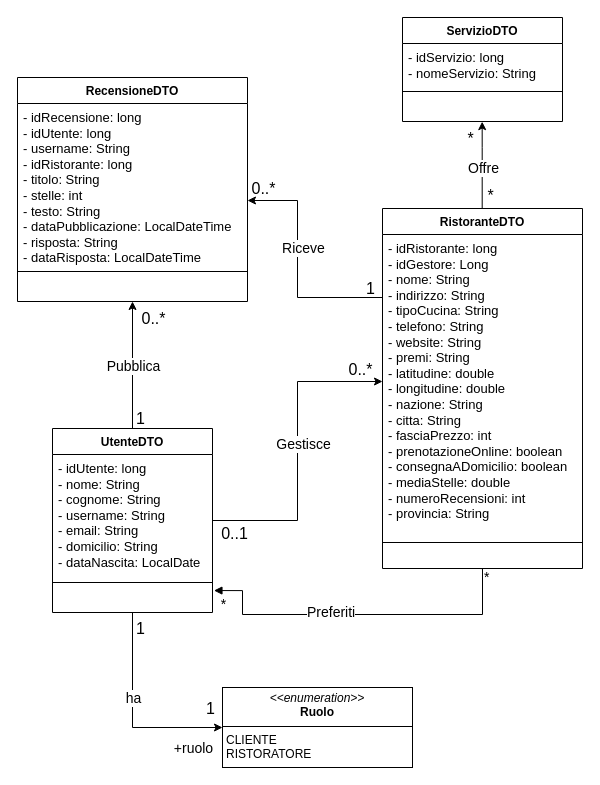
This is Progettazione/1_Doc. Conclusi/Diagrammi/ClassDiagram.drawio from FloshDev/TheKnife-B, a draw.io file, before an edit. Source tidied: cells renumbered, new cells numbered last; positions are measured from the earlier drawing's top-left corner, leaving out a move shared by most shapes. Both pictures are drawn from the tidied source at 100%, with x=0, y=0 at pixel (17, 17).
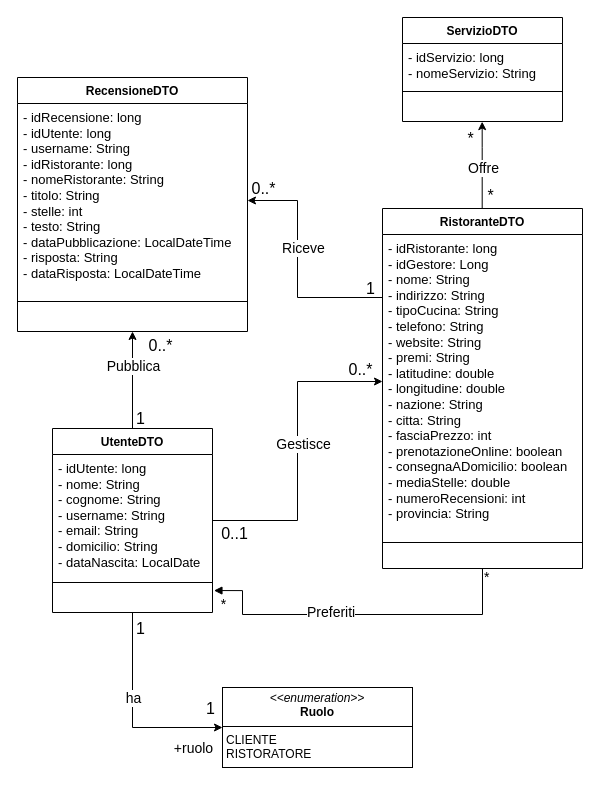
After the change.

Diff of the diagram source:
```diff
@@
     <mxCell id="17" value="RecensioneDTO" style="swimlane;fontStyle=1;align=center;verticalAlign=top;horizontal=1;startSize=26;whiteSpace=wrap;html=1;" parent="1" vertex="1">
-      <mxGeometry y="60" width="230" height="224" as="geometry" />
+      <mxGeometry y="60" width="230" height="254" as="geometry" />
     </mxCell>
-    <mxCell id="18" value="&lt;div&gt;&lt;span style=&quot;font-size: 13px;&quot;&gt;- idRecensione: long&lt;/span&gt;&lt;/div&gt;&lt;div&gt;&lt;span style=&quot;font-size: 13px;&quot;&gt;- idUtente: long&lt;/span&gt;&lt;/div&gt;&lt;div&gt;&lt;span style=&quot;font-size: 13px;&quot;&gt;- username: String&lt;/span&gt;&lt;/div&gt;&lt;div&gt;&lt;span style=&quot;font-size: 13px;&quot;&gt;- idRistorante: long&lt;/span&gt;&lt;/div&gt;&lt;div&gt;&lt;span style=&quot;font-size: 13px;&quot;&gt;- titolo: String&lt;/span&gt;&lt;/div&gt;&lt;div&gt;&lt;span style=&quot;font-size: 13px;&quot;&gt;- stelle: int&lt;/span&gt;&lt;/div&gt;&lt;div&gt;&lt;span style=&quot;font-size: 13px;&quot;&gt;- testo: String&lt;/span&gt;&lt;/div&gt;&lt;div&gt;&lt;span style=&quot;font-size: 13px;&quot;&gt;- dataPubblicazione:&amp;nbsp;&lt;/span&gt;&lt;span style=&quot;background-color: transparent; font-size: 13px;&quot;&gt;LocalDateTime&lt;/span&gt;&lt;/div&gt;&lt;div&gt;&lt;span style=&quot;font-size: 13px;&quot;&gt;- risposta: String&lt;/span&gt;&lt;/div&gt;&lt;div&gt;&lt;span style=&quot;font-size: 13px;&quot;&gt;- dataRisposta:&amp;nbsp;&lt;/span&gt;&lt;span style=&quot;background-color: transparent; font-size: 13px;&quot;&gt;LocalDateTime&lt;/span&gt;&lt;/div&gt;" style="text;strokeColor=none;fillColor=none;align=left;verticalAlign=top;spacingLeft=4;spacingRight=4;overflow=hidden;whiteSpace=wrap;html=1;" parent="17" vertex="1">
-      <mxGeometry y="26" width="230" height="164" as="geometry" />
+    <mxCell id="18" value="&lt;div&gt;&lt;span style=&quot;font-size: 13px;&quot;&gt;- idRecensione: long&lt;/span&gt;&lt;/div&gt;&lt;div&gt;&lt;span style=&quot;font-size: 13px;&quot;&gt;- idUtente: long&lt;/span&gt;&lt;/div&gt;&lt;div&gt;&lt;span style=&quot;font-size: 13px;&quot;&gt;- username: String&lt;/span&gt;&lt;/div&gt;&lt;div&gt;&lt;span style=&quot;font-size: 13px;&quot;&gt;- idRistorante: long&lt;/span&gt;&lt;/div&gt;&lt;div&gt;&lt;span style=&quot;font-size: 13px;&quot;&gt;- nomeRistorante: String&lt;/span&gt;&lt;/div&gt;&lt;div&gt;&lt;span style=&quot;font-size: 13px;&quot;&gt;- titolo: String&lt;/span&gt;&lt;/div&gt;&lt;div&gt;&lt;span style=&quot;font-size: 13px;&quot;&gt;- stelle: int&lt;/span&gt;&lt;/div&gt;&lt;div&gt;&lt;span style=&quot;font-size: 13px;&quot;&gt;- testo: String&lt;/span&gt;&lt;/div&gt;&lt;div&gt;&lt;span style=&quot;font-size: 13px;&quot;&gt;- dataPubblicazione:&amp;nbsp;&lt;/span&gt;&lt;span style=&quot;background-color: transparent; font-size: 13px;&quot;&gt;LocalDateTime&lt;/span&gt;&lt;/div&gt;&lt;div&gt;&lt;span style=&quot;font-size: 13px;&quot;&gt;- risposta: String&lt;/span&gt;&lt;/div&gt;&lt;div&gt;&lt;span style=&quot;font-size: 13px;&quot;&gt;- dataRisposta:&amp;nbsp;&lt;/span&gt;&lt;span style=&quot;background-color: transparent; font-size: 13px;&quot;&gt;LocalDateTime&lt;/span&gt;&lt;/div&gt;" style="text;strokeColor=none;fillColor=none;align=left;verticalAlign=top;spacingLeft=4;spacingRight=4;overflow=hidden;whiteSpace=wrap;html=1;" parent="17" vertex="1">
+      <mxGeometry y="26" width="230" height="194" as="geometry" />
     </mxCell>
     <mxCell id="19" style="line;strokeWidth=1;fillColor=none;align=left;verticalAlign=middle;spacingTop=-1;spacingLeft=3;spacingRight=3;labelPosition=right;strokeColor=inherit;" parent="17" vertex="1">
-      <mxGeometry y="190" width="230" height="8" as="geometry" />
+      <mxGeometry y="220" width="230" height="8" as="geometry" />
     </mxCell>
     <mxCell id="20" value="&amp;nbsp;&amp;nbsp;" style="text;strokeColor=none;fillColor=none;align=left;verticalAlign=top;spacingLeft=4;spacingRight=4;overflow=hidden;whiteSpace=wrap;html=1;" parent="17" vertex="1">
-      <mxGeometry y="198" width="230" height="26" as="geometry" />
+      <mxGeometry y="228" width="230" height="26" as="geometry" />
     </mxCell>
@@
     <mxCell id="27" value="&lt;font style=&quot;font-size: 16px;&quot;&gt;0..*&lt;/font&gt;" style="edgeLabel;html=1;align=center;verticalAlign=middle;" parent="1" vertex="1">
-      <mxGeometry x="135" y="300" as="geometry" />
+      <mxGeometry x="135" y="314" as="geometry">
+        <mxPoint x="7" y="13" as="offset" />
+      </mxGeometry>
     </mxCell>
```
